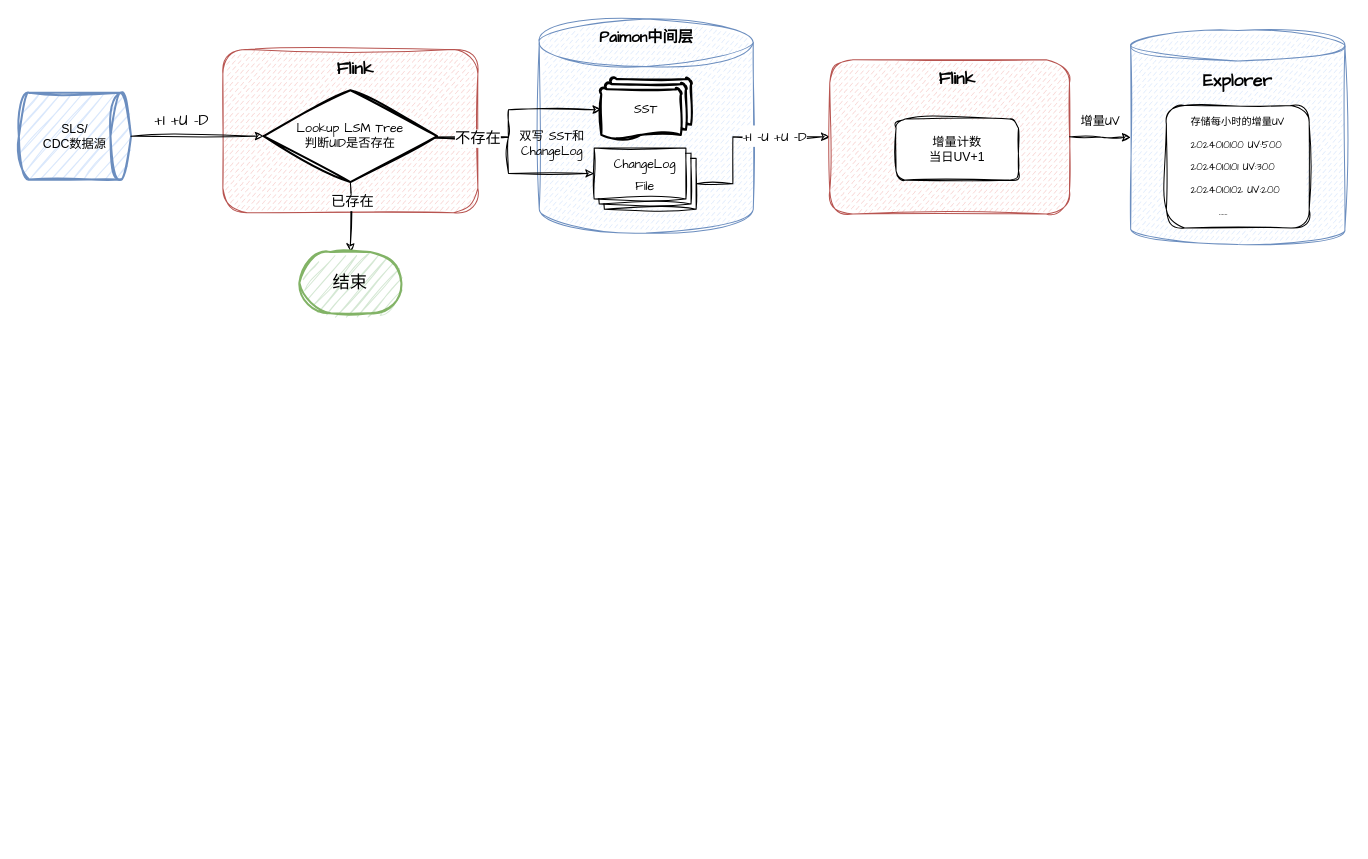
Before: src/未命名绘图.drawio in 1147391377/hive-udf, a draw.io diagram. Source tidied: cells renumbered, new cells numbered last; positions are measured from the earlier drawing's top-left corner, leaving out a move shared by most shapes. Both pictures are drawn from the tidied source at 102%, with x=0, y=0 at pixel (18, 18).
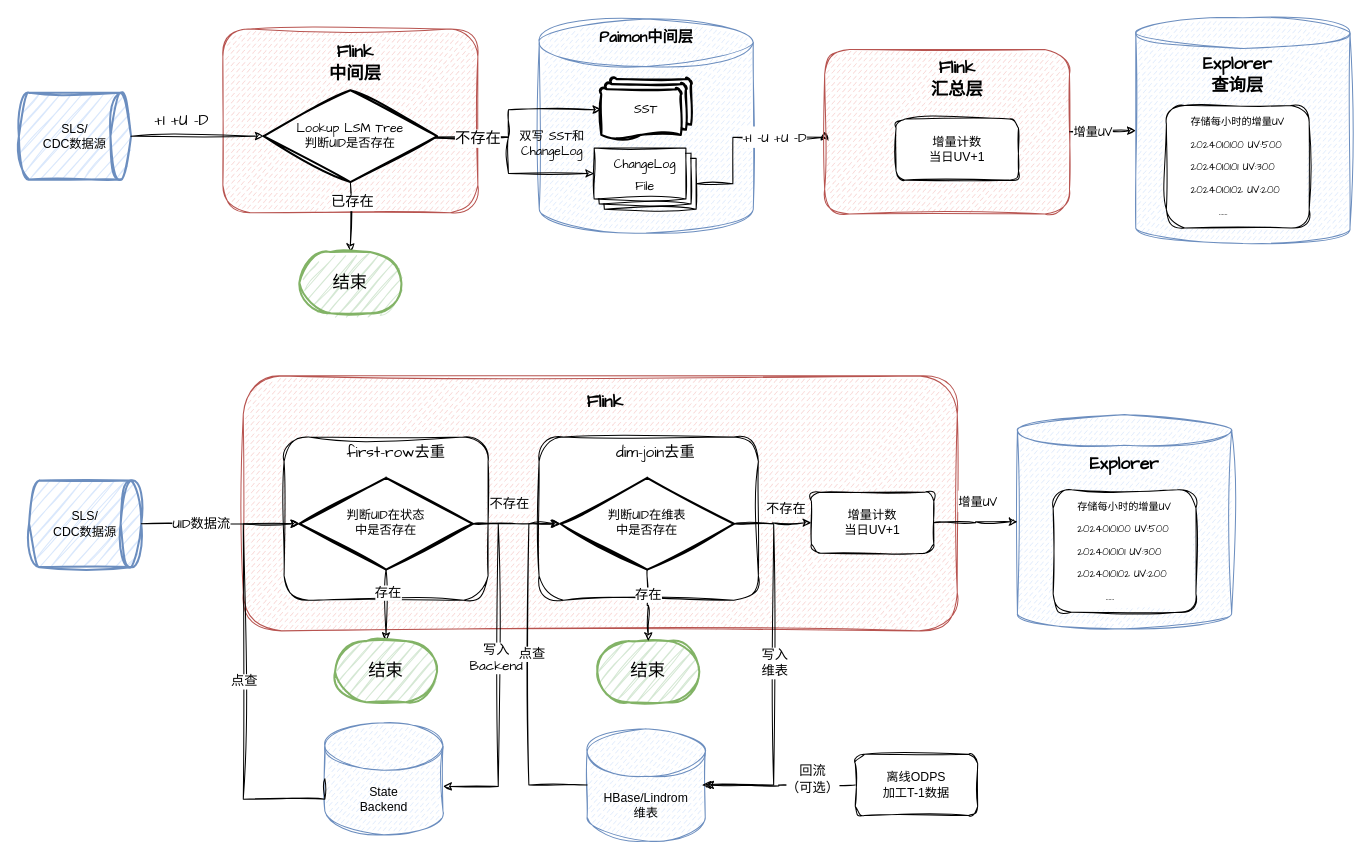
After the change.

Commit message:
更新未命名绘图.drawio

Change to the diagram source:
```diff
@@
+    <mxCell id="29" style="rounded=1;whiteSpace=wrap;html=1;fillStyle=dashed;sketch=1;curveFitting=1;jiggle=2;fillColor=#f8cecc;strokeColor=#b85450;" parent="1" vertex="1">
+      <mxGeometry x="220" y="350" width="700" height="250" as="geometry" />
+    </mxCell>
+    <mxCell id="30" style="rounded=1;whiteSpace=wrap;html=1;sketch=1;hachureGap=4;jiggle=2;curveFitting=1;" parent="1" vertex="1">
+      <mxGeometry x="510" y="410" width="215" height="160" as="geometry" />
+    </mxCell>
+    <mxCell id="31" style="rounded=1;whiteSpace=wrap;html=1;sketch=1;hachureGap=4;jiggle=2;curveFitting=1;" parent="1" vertex="1">
+      <mxGeometry x="260" y="410" width="200" height="160" as="geometry" />
+    </mxCell>
@@
     <mxCell id="4" style="rounded=1;whiteSpace=wrap;html=1;fillStyle=dashed;sketch=1;curveFitting=1;jiggle=2;fillColor=#f8cecc;strokeColor=#b85450;" parent="1" vertex="1">
-      <mxGeometry x="200" y="30" width="250" height="160" as="geometry" />
+      <mxGeometry x="200" y="10" width="250" height="180" as="geometry" />
     </mxCell>
@@
     <mxCell id="17" style="rounded=1;whiteSpace=wrap;html=1;fillStyle=dashed;sketch=1;curveFitting=1;jiggle=2;fillColor=#f8cecc;strokeColor=#b85450;" parent="1" vertex="1">
-      <mxGeometry x="795" y="40" width="235" height="151.3" as="geometry" />
+      <mxGeometry x="790" y="30" width="240" height="161.3" as="geometry" />
     </mxCell>
@@
     <mxCell id="19" style="shape=cylinder3;whiteSpace=wrap;html=1;boundedLbl=1;backgroundOutline=1;size=15;fillStyle=dashed;sketch=1;curveFitting=1;jiggle=2;fillColor=#dae8fc;strokeColor=#6c8ebf;" parent="1" vertex="1">
-      <mxGeometry x="1090" y="11.3" width="210" height="210" as="geometry" />
+      <mxGeometry x="1095" y="-1" width="210" height="221.3" as="geometry" />
     </mxCell>
-    <mxCell id="20" value="Flink" style="text;html=1;align=center;verticalAlign=middle;whiteSpace=wrap;rounded=0;fontFamily=Comic Sans MS;fontSize=17;fontStyle=1;" parent="1" vertex="1">
-      <mxGeometry x="300" y="35" width="60" height="30" as="geometry" />
+    <mxCell id="20" value="Flink &lt;br&gt;中间层" style="text;html=1;align=center;verticalAlign=middle;whiteSpace=wrap;rounded=0;fontFamily=Comic Sans MS;fontSize=17;fontStyle=1;" parent="1" vertex="1">
+      <mxGeometry x="280" y="30" width="100" height="25" as="geometry" />
     </mxCell>
@@
-    <mxCell id="23" value="&lt;b&gt;Flink&lt;/b&gt;" style="text;html=1;align=center;verticalAlign=middle;whiteSpace=wrap;rounded=0;fontFamily=Comic Sans MS;fontSize=17;" parent="1" vertex="1">
-      <mxGeometry x="890" y="44.4" width="60" height="30" as="geometry" />
+    <mxCell id="23" value="&lt;b&gt;Flink &lt;br&gt;汇总层&lt;/b&gt;" style="text;html=1;align=center;verticalAlign=middle;whiteSpace=wrap;rounded=0;fontFamily=Comic Sans MS;fontSize=17;" parent="1" vertex="1">
+      <mxGeometry x="870" y="46.4" width="100" height="25.6" as="geometry" />
     </mxCell>
@@
-    <mxCell id="25" value="&lt;b&gt;Explorer&lt;/b&gt;" style="text;html=1;align=center;verticalAlign=middle;whiteSpace=wrap;rounded=0;fontFamily=Comic Sans MS;fontSize=17;" parent="1" vertex="1">
-      <mxGeometry x="1165" y="45.6" width="60" height="30" as="geometry" />
+    <mxCell id="25" value="&lt;b&gt;Explorer 查询层&lt;/b&gt;" style="text;html=1;align=center;verticalAlign=middle;whiteSpace=wrap;rounded=0;fontFamily=Comic Sans MS;fontSize=17;" parent="1" vertex="1">
+      <mxGeometry x="1165" y="40" width="60" height="30" as="geometry" />
     </mxCell>
@@
     <mxCell id="27" value="&lt;font style=&quot;font-size: 12px;&quot;&gt;增量UV&lt;/font&gt;" style="edgeStyle=orthogonalEdgeStyle;rounded=0;jettySize=auto;html=1;exitX=1;exitY=0.5;exitDx=0;exitDy=0;entryX=0;entryY=0.5;entryDx=0;entryDy=0;entryPerimeter=0;fontFamily=Comic Sans MS;fontSize=17;fontColor=default;sketch=1;curveFitting=1;jiggle=2;" parent="1" edge="1" source="17" target="19">
-      <mxGeometry x="-0.01" y="-16" relative="1" as="geometry">
-        <mxPoint x="16" y="-16" as="offset" />
-      </mxGeometry>
+      <mxGeometry x="0.01" y="10" relative="1" as="geometry" />
     </mxCell>
@@
+    <mxCell id="32" value="SLS/&lt;br&gt;CDC数据源" style="strokeWidth=2;html=1;shape=mxgraph.flowchart.direct_data;whiteSpace=wrap;sketch=1;curveFitting=1;jiggle=2;fillColor=#dae8fc;strokeColor=#6c8ebf;" parent="1" vertex="1">
+      <mxGeometry x="10" y="452.5" width="110" height="85" as="geometry" />
+    </mxCell>
+    <mxCell id="33" style="edgeStyle=orthogonalEdgeStyle;rounded=0;sketch=1;hachureGap=4;jiggle=2;curveFitting=1;jettySize=auto;html=1;exitX=0.5;exitY=1;exitDx=0;exitDy=0;exitPerimeter=0;entryX=0.5;entryY=0;entryDx=0;entryDy=0;entryPerimeter=0;" parent="1" edge="1" source="37" target="50">
+      <mxGeometry relative="1" as="geometry" />
+    </mxCell>
+    <mxCell id="34" value="存在" style="edgeLabel;html=1;align=center;verticalAlign=middle;sketch=1;hachureGap=4;jiggle=2;curveFitting=1;fontFamily=Comic Sans MS;fontSize=13;" parent="33" vertex="1">
+      <mxGeometry x="-0.41" y="1" relative="1" as="geometry">
+        <mxPoint y="1" as="offset" />
+      </mxGeometry>
+    </mxCell>
+    <mxCell id="35" style="edgeStyle=orthogonalEdgeStyle;rounded=0;sketch=1;hachureGap=4;jiggle=2;curveFitting=1;jettySize=auto;html=1;exitX=1;exitY=0.5;exitDx=0;exitDy=0;exitPerimeter=0;" parent="1" edge="1" source="37">
+      <mxGeometry relative="1" as="geometry">
+        <mxPoint x="530" y="495" as="targetPoint" />
+      </mxGeometry>
+    </mxCell>
+    <mxCell id="36" value="不存在" style="edgeLabel;html=1;align=center;verticalAlign=middle;sketch=1;hachureGap=4;jiggle=2;curveFitting=1;fontFamily=Comic Sans MS;fontSize=13;" parent="35" vertex="1">
+      <mxGeometry x="-0.58" y="-3" relative="1" as="geometry">
+        <mxPoint x="17" y="-23" as="offset" />
+      </mxGeometry>
+    </mxCell>
+    <mxCell id="37" value="判断UID在状态&lt;br&gt;中是否存在" style="strokeWidth=2;html=1;shape=mxgraph.flowchart.decision;whiteSpace=wrap;sketch=1;curveFitting=1;jiggle=2;fontFamily=Comic Sans MS;" parent="1" vertex="1">
+      <mxGeometry x="275" y="450" width="170" height="90" as="geometry" />
+    </mxCell>
+    <mxCell id="38" style="edgeStyle=orthogonalEdgeStyle;rounded=0;jettySize=auto;html=1;exitX=1;exitY=0.5;exitDx=0;exitDy=0;exitPerimeter=0;entryX=0;entryY=0.5;entryDx=0;entryDy=0;entryPerimeter=0;sketch=1;curveFitting=1;jiggle=2;" parent="1" edge="1" source="32" target="37">
+      <mxGeometry relative="1" as="geometry" />
+    </mxCell>
+    <mxCell id="39" value="UID数据流" style="edgeLabel;html=1;align=center;verticalAlign=middle;sketch=1;hachureGap=4;jiggle=2;curveFitting=1;fontFamily=Comic Sans MS;fontSize=13;" parent="38" vertex="1">
+      <mxGeometry x="-0.25" y="1" relative="1" as="geometry">
+        <mxPoint y="1" as="offset" />
+      </mxGeometry>
+    </mxCell>
+    <mxCell id="40" value="增量计数&lt;br&gt;当日UV+1" style="rounded=1;whiteSpace=wrap;html=1;sketch=1;curveFitting=1;jiggle=2;" parent="1" vertex="1">
+      <mxGeometry x="777" y="464" width="120" height="60" as="geometry" />
+    </mxCell>
+    <mxCell id="41" style="shape=cylinder3;whiteSpace=wrap;html=1;boundedLbl=1;backgroundOutline=1;size=15;fillStyle=dashed;sketch=1;curveFitting=1;jiggle=2;fillColor=#dae8fc;strokeColor=#6c8ebf;" parent="1" vertex="1">
+      <mxGeometry x="979" y="388" width="210" height="210" as="geometry" />
+    </mxCell>
+    <mxCell id="42" value="Flink" style="text;html=1;align=center;verticalAlign=middle;whiteSpace=wrap;rounded=0;fontFamily=Comic Sans MS;fontSize=17;fontStyle=1;" parent="1" vertex="1">
+      <mxGeometry x="545" y="361.3" width="60" height="30" as="geometry" />
+    </mxCell>
+    <mxCell id="43" value="&lt;b&gt;Explorer&lt;/b&gt;" style="text;html=1;align=center;verticalAlign=middle;whiteSpace=wrap;rounded=0;fontFamily=Comic Sans MS;fontSize=17;" parent="1" vertex="1">
+      <mxGeometry x="1054" y="422.4" width="60" height="30" as="geometry" />
+    </mxCell>
+    <mxCell id="44" value="&lt;font style=&quot;font-size: 12px;&quot;&gt;增量UV&lt;/font&gt;" style="edgeStyle=orthogonalEdgeStyle;rounded=0;jettySize=auto;html=1;entryX=0;entryY=0.5;entryDx=0;entryDy=0;entryPerimeter=0;fontFamily=Comic Sans MS;fontSize=17;fontColor=default;sketch=1;curveFitting=1;jiggle=2;" parent="1" edge="1" source="40" target="41">
+      <mxGeometry x="0.07" y="20" relative="1" as="geometry" />
+    </mxCell>
+    <mxCell id="45" value="&lt;p style=&quot;border-color: var(--border-color); font-size: 10px; text-align: left;&quot;&gt;存储每小时的增量UV&lt;/p&gt;&lt;p style=&quot;border-color: var(--border-color); font-size: 10px; text-align: left;&quot;&gt;2024010100 UV:500&lt;/p&gt;&lt;p style=&quot;border-color: var(--border-color); font-size: 10px; text-align: left;&quot;&gt;2024010101 UV:300&lt;/p&gt;&lt;p style=&quot;border-color: var(--border-color); font-size: 10px; text-align: left;&quot;&gt;2024010102 UV:200&lt;/p&gt;&lt;p style=&quot;border-color: var(--border-color); font-size: 10px; text-align: left;&quot;&gt;&lt;span style=&quot;white-space: pre;&quot;&gt;&amp;nbsp;&amp;nbsp;&amp;nbsp;&amp;nbsp;&lt;/span&gt;&amp;nbsp; &amp;nbsp;……&lt;/p&gt;" style="rounded=1;whiteSpace=wrap;html=1;align=center;verticalAlign=middle;fontFamily=Comic Sans MS;fontSize=17;fontColor=default;fillColor=default;gradientColor=none;sketch=1;curveFitting=1;jiggle=2;" parent="1" vertex="1">
+      <mxGeometry x="1014" y="461.7" width="140" height="120" as="geometry" />
+    </mxCell>
+    <mxCell id="46" value="State&lt;br&gt;Backend" style="shape=cylinder3;whiteSpace=wrap;html=1;boundedLbl=1;backgroundOutline=1;size=23.29629629629619;fillStyle=dashed;sketch=1;curveFitting=1;jiggle=2;fillColor=#dae8fc;strokeColor=#6c8ebf;" parent="1" vertex="1">
+      <mxGeometry x="300" y="690" width="115.8" height="110" as="geometry" />
+    </mxCell>
+    <mxCell id="47" style="edgeStyle=orthogonalEdgeStyle;rounded=0;sketch=1;hachureGap=4;jiggle=2;curveFitting=1;jettySize=auto;html=1;exitX=1;exitY=0.5;exitDx=0;exitDy=0;exitPerimeter=0;" parent="1" edge="1" source="49" target="40">
+      <mxGeometry relative="1" as="geometry" />
+    </mxCell>
+    <mxCell id="48" value="不存在" style="edgeLabel;html=1;align=center;verticalAlign=middle;sketch=1;hachureGap=4;jiggle=2;curveFitting=1;fontFamily=Comic Sans MS;fontSize=13;" parent="47" vertex="1">
+      <mxGeometry x="0.32" y="-1" relative="1" as="geometry">
+        <mxPoint y="-15" as="offset" />
+      </mxGeometry>
+    </mxCell>
+    <mxCell id="49" value="判断UID在维表&lt;br&gt;中是否存在" style="strokeWidth=2;html=1;shape=mxgraph.flowchart.decision;whiteSpace=wrap;sketch=1;curveFitting=1;jiggle=2;fontFamily=Comic Sans MS;" parent="1" vertex="1">
+      <mxGeometry x="531" y="450" width="170" height="90" as="geometry" />
+    </mxCell>
+    <mxCell id="50" value="&lt;font style=&quot;font-size: 17px;&quot; face=&quot;Comic Sans MS&quot;&gt;结束&lt;/font&gt;" style="strokeWidth=2;html=1;shape=mxgraph.flowchart.terminator;whiteSpace=wrap;sketch=1;curveFitting=1;jiggle=2;fillColor=#d5e8d4;strokeColor=#82b366;" parent="1" vertex="1">
+      <mxGeometry x="310" y="610" width="100" height="60" as="geometry" />
+    </mxCell>
+    <mxCell id="51" style="edgeStyle=orthogonalEdgeStyle;rounded=0;sketch=1;hachureGap=4;jiggle=2;curveFitting=1;jettySize=auto;html=1;exitX=0;exitY=0.5;exitDx=0;exitDy=0;exitPerimeter=0;entryX=0;entryY=0.5;entryDx=0;entryDy=0;entryPerimeter=0;" parent="1" edge="1" source="46" target="37">
+      <mxGeometry relative="1" as="geometry">
+        <Array as="points">
+          <mxPoint x="220" y="765" />
+          <mxPoint x="220" y="495" />
+        </Array>
+      </mxGeometry>
+    </mxCell>
+    <mxCell id="52" value="点查" style="edgeLabel;html=1;align=center;verticalAlign=middle;sketch=1;hachureGap=4;jiggle=2;curveFitting=1;fontFamily=Comic Sans MS;fontSize=13;" parent="51" vertex="1">
+      <mxGeometry x="-0.01" y="-3" relative="1" as="geometry">
+        <mxPoint x="-3" y="-6" as="offset" />
+      </mxGeometry>
+    </mxCell>
+    <mxCell id="53" style="edgeStyle=orthogonalEdgeStyle;rounded=0;sketch=1;hachureGap=4;jiggle=2;curveFitting=1;jettySize=auto;html=1;exitX=1;exitY=0.5;exitDx=0;exitDy=0;exitPerimeter=0;entryX=1.002;entryY=0.568;entryDx=0;entryDy=0;entryPerimeter=0;" parent="1" edge="1" source="37" target="46">
+      <mxGeometry relative="1" as="geometry">
+        <Array as="points">
+          <mxPoint x="470" y="495" />
+          <mxPoint x="470" y="753" />
+        </Array>
+      </mxGeometry>
+    </mxCell>
+    <mxCell id="54" value="写入&lt;br style=&quot;font-size: 13px;&quot;&gt;Backend" style="edgeLabel;html=1;align=center;verticalAlign=middle;sketch=1;hachureGap=4;jiggle=2;curveFitting=1;fontFamily=Comic Sans MS;fontSize=13;" parent="53" vertex="1">
+      <mxGeometry x="-0.08" y="-3" relative="1" as="geometry">
+        <mxPoint y="1" as="offset" />
+      </mxGeometry>
+    </mxCell>
+    <mxCell id="55" value="&lt;font style=&quot;font-size: 17px;&quot; face=&quot;Comic Sans MS&quot;&gt;结束&lt;/font&gt;" style="strokeWidth=2;html=1;shape=mxgraph.flowchart.terminator;whiteSpace=wrap;sketch=1;curveFitting=1;jiggle=2;fillColor=#d5e8d4;strokeColor=#82b366;" parent="1" vertex="1">
+      <mxGeometry x="567.1" y="610" width="100" height="60" as="geometry" />
+    </mxCell>
+    <mxCell id="56" value="HBase/Lindrom&lt;br&gt;维表" style="shape=cylinder3;whiteSpace=wrap;html=1;boundedLbl=1;backgroundOutline=1;size=23.29629629629619;fillStyle=dashed;sketch=1;curveFitting=1;jiggle=2;fillColor=#dae8fc;strokeColor=#6c8ebf;" parent="1" vertex="1">
+      <mxGeometry x="557.1" y="696" width="115.8" height="110" as="geometry" />
+    </mxCell>
+    <mxCell id="57" style="edgeStyle=orthogonalEdgeStyle;rounded=0;sketch=1;hachureGap=4;jiggle=2;curveFitting=1;jettySize=auto;html=1;exitX=0.5;exitY=1;exitDx=0;exitDy=0;exitPerimeter=0;entryX=0.5;entryY=0;entryDx=0;entryDy=0;entryPerimeter=0;" parent="1" edge="1" source="49" target="55">
+      <mxGeometry relative="1" as="geometry" />
+    </mxCell>
+    <mxCell id="58" value="存在" style="edgeLabel;html=1;align=center;verticalAlign=middle;sketch=1;hachureGap=4;jiggle=2;curveFitting=1;fontFamily=Comic Sans MS;fontSize=13;" parent="57" vertex="1">
+      <mxGeometry x="-0.33" relative="1" as="geometry" />
+    </mxCell>
+    <mxCell id="59" style="edgeStyle=orthogonalEdgeStyle;rounded=0;sketch=1;hachureGap=4;jiggle=2;curveFitting=1;jettySize=auto;html=1;exitX=0;exitY=0.5;exitDx=0;exitDy=0;exitPerimeter=0;entryX=0;entryY=0.5;entryDx=0;entryDy=0;entryPerimeter=0;" parent="1" edge="1" source="56" target="49">
+      <mxGeometry relative="1" as="geometry">
+        <Array as="points">
+          <mxPoint x="500" y="751" />
+          <mxPoint x="500" y="495" />
+        </Array>
+      </mxGeometry>
+    </mxCell>
+    <mxCell id="60" value="点查" style="edgeLabel;html=1;align=center;verticalAlign=middle;sketch=1;hachureGap=4;jiggle=2;curveFitting=1;fontFamily=Comic Sans MS;fontSize=13;" parent="59" vertex="1">
+      <mxGeometry x="0.08" y="-2" relative="1" as="geometry" />
+    </mxCell>
+    <mxCell id="61" style="edgeStyle=orthogonalEdgeStyle;rounded=0;sketch=1;hachureGap=4;jiggle=2;curveFitting=1;jettySize=auto;html=1;exitX=1;exitY=0.5;exitDx=0;exitDy=0;exitPerimeter=0;entryX=1;entryY=0.5;entryDx=0;entryDy=0;entryPerimeter=0;" parent="1" edge="1" source="49" target="56">
+      <mxGeometry relative="1" as="geometry">
+        <Array as="points">
+          <mxPoint x="740" y="495" />
+          <mxPoint x="740" y="751" />
+        </Array>
+      </mxGeometry>
+    </mxCell>
+    <mxCell id="62" value="写入&lt;br style=&quot;font-size: 13px;&quot;&gt;维表" style="edgeLabel;html=1;align=center;verticalAlign=middle;sketch=1;hachureGap=4;jiggle=2;curveFitting=1;fontFamily=Comic Sans MS;fontSize=13;" parent="61" vertex="1">
+      <mxGeometry x="-0.11" relative="1" as="geometry">
+        <mxPoint y="14" as="offset" />
+      </mxGeometry>
+    </mxCell>
+    <mxCell id="63" value="first-row去重" style="text;html=1;align=center;verticalAlign=middle;whiteSpace=wrap;rounded=0;fontFamily=Comic Sans MS;fontSize=15;" parent="1" vertex="1">
+      <mxGeometry x="320" y="410" width="100" height="30" as="geometry" />
+    </mxCell>
+    <mxCell id="64" value="dim-join去重" style="text;html=1;align=center;verticalAlign=middle;whiteSpace=wrap;rounded=0;fontFamily=Comic Sans MS;fontSize=15;" parent="1" vertex="1">
+      <mxGeometry x="579" y="410" width="91" height="30" as="geometry" />
+    </mxCell>
+    <mxCell id="65" style="edgeStyle=orthogonalEdgeStyle;rounded=0;sketch=1;hachureGap=4;jiggle=2;curveFitting=1;jettySize=auto;html=1;exitX=0;exitY=0.5;exitDx=0;exitDy=0;" parent="1" edge="1" source="67">
+      <mxGeometry relative="1" as="geometry">
+        <mxPoint x="670" y="751" as="targetPoint" />
+        <Array as="points">
+          <mxPoint x="745" y="751" />
+          <mxPoint x="745" y="752" />
+        </Array>
+      </mxGeometry>
+    </mxCell>
+    <mxCell id="66" value="回流&lt;br style=&quot;font-size: 13px;&quot;&gt;（可选）" style="edgeLabel;html=1;align=center;verticalAlign=middle;sketch=1;hachureGap=4;jiggle=2;curveFitting=1;fontFamily=Comic Sans MS;fontSize=13;" parent="65" vertex="1">
+      <mxGeometry x="-0.3" y="-1" relative="1" as="geometry">
+        <mxPoint x="10" y="-5" as="offset" />
+      </mxGeometry>
+    </mxCell>
+    <mxCell id="67" value="离线ODPS&lt;br&gt;加工T-1数据" style="rounded=1;whiteSpace=wrap;html=1;sketch=1;curveFitting=1;jiggle=2;" parent="1" vertex="1">
+      <mxGeometry x="820" y="721" width="120" height="60" as="geometry" />
+    </mxCell>
```
